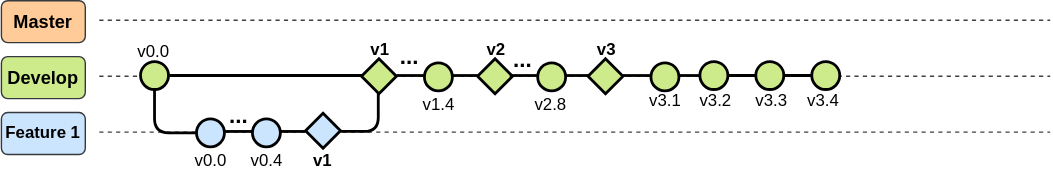
This is 03_ImagenesRepo/Image_readme.svg from LEOSZ8/Tesis_Msc_LSZ, a draw.io export, as it was before one commit. Source tidied: cells renumbered, new cells last; positions are measured from the earlier drawing's top-left corner, leaving out a move shared by most shapes.
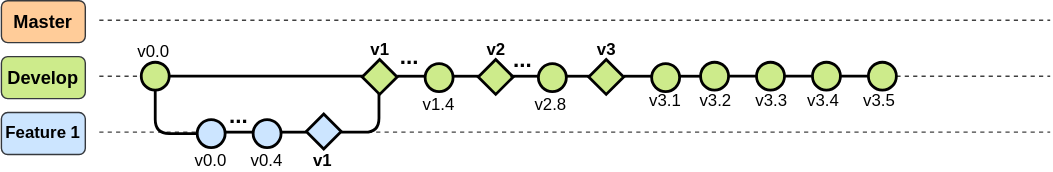
Later version of the same file.

The edit, as a diff of the source:
```diff
@@ -185,11 +185,20 @@
     <mxCell id="47" value="v3.3" style="text;html=1;align=center;verticalAlign=middle;whiteSpace=wrap;rounded=0;" parent="1" vertex="1">
       <mxGeometry x="536" y="67" width="30" height="10" as="geometry" />
     </mxCell>
+    <mxCell id="50" style="edgeStyle=orthogonalEdgeStyle;rounded=0;jettySize=auto;html=1;endArrow=none;endFill=0;strokeWidth=2;" parent="1" edge="1" source="48" target="51">
+      <mxGeometry relative="1" as="geometry" />
+    </mxCell>
     <mxCell id="48" style="ellipse;whiteSpace=wrap;html=1;fillColor=#CDEB8B;strokeColor=#000000;strokeWidth=2;" parent="1" vertex="1">
       <mxGeometry x="580" y="44" width="20" height="20" as="geometry" />
     </mxCell>
     <mxCell id="49" value="v3.4" style="text;html=1;align=center;verticalAlign=middle;whiteSpace=wrap;rounded=0;" parent="1" vertex="1">
       <mxGeometry x="573" y="67" width="30" height="10" as="geometry" />
     </mxCell>
+    <mxCell id="51" style="ellipse;whiteSpace=wrap;html=1;fillColor=#CDEB8B;strokeColor=#000000;strokeWidth=2;" parent="1" vertex="1">
+      <mxGeometry x="620" y="44" width="20" height="20" as="geometry" />
+    </mxCell>
+    <mxCell id="52" value="v3.5" style="text;html=1;align=center;verticalAlign=middle;whiteSpace=wrap;rounded=0;" parent="1" vertex="1">
+      <mxGeometry x="613" y="67" width="30" height="10" as="geometry" />
+    </mxCell>
   </root>
 </mxGraphModel>
```
